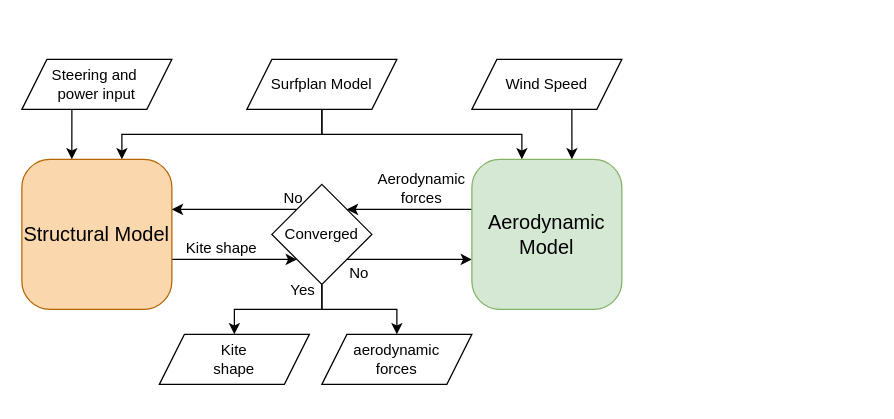
PatrickRoel/Thesis keeps this draw.io diagram as Figures/drawio/FSI_flowchart.drawio. Above is the earlier version. Source tidied: cells renumbered, new cells numbered last; positions are measured from the earlier drawing's top-left corner, leaving out a move shared by most shapes. Both pictures are drawn from the tidied source at 125%, with x=0, y=0 at pixel (21, 59).
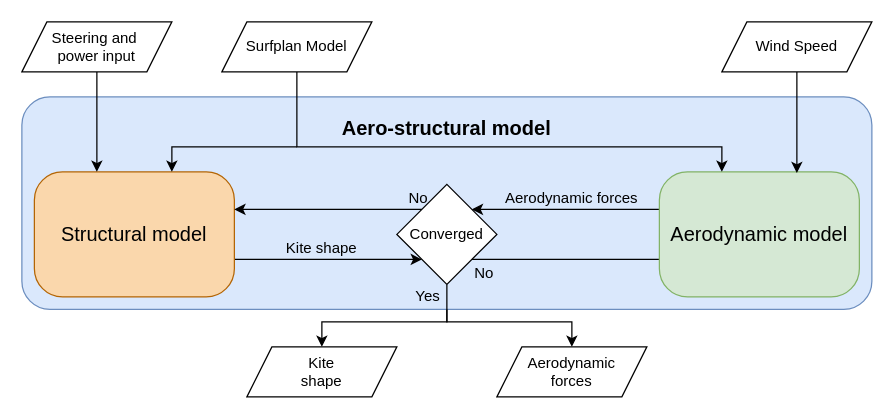
After the change.

The edit, as a diff of the source:
```diff
@@
+    <mxCell id="25" style="rounded=1;whiteSpace=wrap;html=1;fillColor=#dae8fc;strokeColor=#6c8ebf;glass=0;shadow=0;arcSize=45;absoluteArcSize=1;fontStyle=0;fontSize=16;" parent="1" vertex="1">
+      <mxGeometry y="30" width="680" height="170" as="geometry" />
+    </mxCell>
-    <mxCell id="2" style="edgeStyle=orthogonalEdgeStyle;rounded=0;jettySize=auto;html=1;entryX=0;entryY=1;entryDx=0;entryDy=0;" parent="1" edge="1" source="3" target="9">
+    <mxCell id="2" style="edgeStyle=orthogonalEdgeStyle;rounded=0;jettySize=auto;html=1;entryX=0;entryY=1;entryDx=0;entryDy=0;" parent="1" edge="1" target="9">
       <mxGeometry relative="1" as="geometry">
+        <mxPoint x="120" y="160" as="sourcePoint" />
         <Array as="points">
-          <mxPoint x="140" y="160" />
-          <mxPoint x="140" y="160" />
+          <mxPoint x="240" y="160" />
+          <mxPoint x="240" y="160" />
         </Array>
       </mxGeometry>
     </mxCell>
-    <mxCell id="3" value="&lt;font&gt;&lt;span&gt;Structural Model&lt;/span&gt;&lt;/font&gt;" style="rounded=1;whiteSpace=wrap;html=1;fillColor=#FAD7AC;strokeColor=#b46504;glass=0;shadow=0;arcSize=45;absoluteArcSize=1;fontStyle=0;fontSize=16;" parent="1" vertex="1">
-      <mxGeometry y="80" width="120" height="120" as="geometry" />
+    <mxCell id="3" value="&lt;font&gt;&lt;span&gt;Structural model&lt;/span&gt;&lt;/font&gt;" style="rounded=1;whiteSpace=wrap;html=1;fillColor=#FAD7AC;strokeColor=#b46504;glass=0;shadow=0;arcSize=45;absoluteArcSize=1;fontStyle=0;fontSize=16;" parent="1" vertex="1">
+      <mxGeometry x="10" y="90" width="160" height="100" as="geometry" />
     </mxCell>
+    <mxCell id="26" style="edgeStyle=orthogonalEdgeStyle;rounded=0;jettySize=auto;html=1;" parent="1" edge="1" source="4">
+      <mxGeometry relative="1" as="geometry">
+        <mxPoint x="60" y="90" as="targetPoint" />
+      </mxGeometry>
+    </mxCell>
     <mxCell id="4" value="&lt;div&gt;Steering and&amp;nbsp;&lt;/div&gt;&lt;div&gt;power input&lt;/div&gt;" style="shape=parallelogram;perimeter=parallelogramPerimeter;whiteSpace=wrap;html=1;fixedSize=1;" parent="1" vertex="1">
-      <mxGeometry width="120" height="40" as="geometry" />
+      <mxGeometry y="-30" width="120" height="40" as="geometry" />
     </mxCell>
-    <mxCell id="5" style="edgeStyle=orthogonalEdgeStyle;rounded=0;jettySize=auto;html=1;entryX=0.667;entryY=0;entryDx=0;entryDy=0;entryPerimeter=0;" parent="1" edge="1" source="6" target="3">
+    <mxCell id="5" style="edgeStyle=orthogonalEdgeStyle;rounded=0;orthogonalLoop=1;jettySize=auto;html=1;" parent="1" edge="1">
       <mxGeometry relative="1" as="geometry">
+        <mxPoint x="220" y="70" as="sourcePoint" />
+        <mxPoint x="120" y="90" as="targetPoint" />
         <Array as="points">
-          <mxPoint x="240" y="60" />
-          <mxPoint x="80" y="60" />
+          <mxPoint x="120" y="70" />
         </Array>
       </mxGeometry>
     </mxCell>
     <mxCell id="6" value="Surfplan Model" style="shape=parallelogram;perimeter=parallelogramPerimeter;whiteSpace=wrap;html=1;fixedSize=1;" parent="1" vertex="1">
-      <mxGeometry x="180" width="120" height="40" as="geometry" />
+      <mxGeometry x="160" y="-30" width="120" height="40" as="geometry" />
     </mxCell>
-    <mxCell id="7" style="edgeStyle=orthogonalEdgeStyle;rounded=0;jettySize=auto;html=1;entryX=0.5;entryY=0;entryDx=0;entryDy=0;" parent="1" edge="1" source="9" target="21">
+    <mxCell id="7" style="edgeStyle=orthogonalEdgeStyle;rounded=0;jettySize=auto;html=1;entryX=0.5;entryY=0;entryDx=0;entryDy=0;exitX=1;exitY=0.75;exitDx=0;exitDy=0;" parent="1" edge="1" source="20" target="21">
       <mxGeometry relative="1" as="geometry">
         <Array as="points">
-          <mxPoint x="240" y="200" />
-          <mxPoint x="170" y="200" />
+          <mxPoint x="340" y="210" />
+          <mxPoint x="240" y="210" />
         </Array>
       </mxGeometry>
     </mxCell>
     <mxCell id="8" style="edgeStyle=orthogonalEdgeStyle;rounded=0;jettySize=auto;html=1;entryX=0.5;entryY=0;entryDx=0;entryDy=0;" parent="1" edge="1" source="9" target="22">
       <mxGeometry relative="1" as="geometry">
         <Array as="points">
-          <mxPoint x="240" y="200" />
-          <mxPoint x="300" y="200" />
+          <mxPoint x="340" y="210" />
+          <mxPoint x="440" y="210" />
         </Array>
       </mxGeometry>
     </mxCell>
+    <mxCell id="27" style="edgeStyle=orthogonalEdgeStyle;rounded=0;jettySize=auto;html=1;" parent="1" edge="1" source="9">
+      <mxGeometry relative="1" as="geometry">
+        <mxPoint x="560" y="160" as="targetPoint" />
+        <Array as="points">
+          <mxPoint x="420" y="160" />
+          <mxPoint x="420" y="160" />
+        </Array>
+      </mxGeometry>
+    </mxCell>
     <mxCell id="9" value="Converged" style="rhombus;whiteSpace=wrap;html=1;" parent="1" vertex="1">
-      <mxGeometry x="200" y="100" width="80" height="80" as="geometry" />
+      <mxGeometry x="300" y="100" width="80" height="80" as="geometry" />
     </mxCell>
-    <mxCell id="10" style="edgeStyle=orthogonalEdgeStyle;rounded=0;jettySize=auto;html=1;entryX=1;entryY=0;entryDx=0;entryDy=0;" parent="1" edge="1" source="12" target="9">
+    <mxCell id="10" style="edgeStyle=orthogonalEdgeStyle;rounded=0;jettySize=auto;html=1;entryX=1;entryY=0;entryDx=0;entryDy=0;" parent="1" edge="1" target="9">
       <mxGeometry relative="1" as="geometry">
+        <mxPoint x="560" y="120" as="sourcePoint" />
         <Array as="points">
-          <mxPoint x="340" y="120" />
-          <mxPoint x="340" y="120" />
+          <mxPoint x="500" y="120" />
+          <mxPoint x="500" y="120" />
         </Array>
       </mxGeometry>
     </mxCell>
-    <mxCell id="11" style="edgeStyle=orthogonalEdgeStyle;rounded=0;jettySize=auto;html=1;entryX=1;entryY=1;entryDx=0;entryDy=0;endArrow=none;endFill=0;startArrow=classic;startFill=1;" parent="1" edge="1" source="12" target="9">
-      <mxGeometry relative="1" as="geometry">
-        <Array as="points">
-          <mxPoint x="340" y="160" />
-          <mxPoint x="340" y="160" />
-        </Array>
-      </mxGeometry>
-    </mxCell>
-    <mxCell id="12" value="&lt;font&gt;Aerodynamic Model&lt;/font&gt;" style="rounded=1;whiteSpace=wrap;html=1;fillColor=#d5e8d4;strokeColor=#82b366;glass=0;shadow=0;arcSize=45;absoluteArcSize=1;fontSize=16;" parent="1" vertex="1">
-      <mxGeometry x="360" y="80" width="120" height="120" as="geometry" />
+    <mxCell id="12" value="&lt;font&gt;Aerodynamic model&lt;/font&gt;" style="rounded=1;whiteSpace=wrap;html=1;fillColor=#d5e8d4;strokeColor=#82b366;glass=0;shadow=0;arcSize=45;absoluteArcSize=1;fontSize=16;fontStyle=0;" parent="1" vertex="1">
+      <mxGeometry x="510" y="90" width="160" height="100" as="geometry" />
     </mxCell>
     <mxCell id="13" style="edgeStyle=orthogonalEdgeStyle;rounded=0;jettySize=auto;html=1;" parent="1" edge="1" source="6">
       <mxGeometry relative="1" as="geometry">
-        <mxPoint x="400" y="80" as="targetPoint" />
+        <mxPoint x="560" y="90" as="targetPoint" />
         <Array as="points">
-          <mxPoint x="240" y="60" />
-          <mxPoint x="400" y="60" />
+          <mxPoint x="220" y="70" />
+          <mxPoint x="560" y="70" />
         </Array>
       </mxGeometry>
     </mxCell>
     <mxCell id="14" value="Wind Speed" style="shape=parallelogram;perimeter=parallelogramPerimeter;whiteSpace=wrap;html=1;fixedSize=1;" parent="1" vertex="1">
-      <mxGeometry x="360" width="120" height="40" as="geometry" />
+      <mxGeometry x="560" y="-30" width="120" height="40" as="geometry" />
     </mxCell>
     <mxCell id="15" style="edgeStyle=orthogonalEdgeStyle;rounded=0;jettySize=auto;html=1;exitX=0;exitY=0;exitDx=0;exitDy=0;" parent="1" edge="1" source="9">
       <mxGeometry relative="1" as="geometry">
-        <mxPoint x="120" y="120" as="targetPoint" />
-        <Array as="points">
-          <mxPoint x="120" y="120" />
-        </Array>
+        <mxPoint x="170" y="120" as="targetPoint" />
       </mxGeometry>
     </mxCell>
     <mxCell id="16" value="Aerodynamic forces" style="text;html=1;whiteSpace=wrap;strokeColor=none;fillColor=none;align=center;verticalAlign=bottom;rounded=0;" parent="1" vertex="1">
-      <mxGeometry x="280" y="90" width="80" height="30" as="geometry" />
+      <mxGeometry x="360" y="90" width="160" height="30" as="geometry" />
     </mxCell>
     <mxCell id="17" value="Kite shape" style="text;html=1;whiteSpace=wrap;strokeColor=none;fillColor=none;align=center;verticalAlign=bottom;rounded=0;" parent="1" vertex="1">
-      <mxGeometry x="120" y="130" width="80" height="30" as="geometry" />
+      <mxGeometry x="160" y="130" width="160" height="30" as="geometry" />
     </mxCell>
     <mxCell id="18" value="No" style="text;html=1;whiteSpace=wrap;strokeColor=none;fillColor=none;align=center;verticalAlign=bottom;rounded=0;" parent="1" vertex="1">
-      <mxGeometry x="205" y="100" width="25" height="20" as="geometry" />
+      <mxGeometry x="305" y="100" width="25" height="20" as="geometry" />
     </mxCell>
     <mxCell id="19" value="No" style="text;html=1;whiteSpace=wrap;strokeColor=none;fillColor=none;align=center;verticalAlign=bottom;rounded=0;" parent="1" vertex="1">
-      <mxGeometry x="260" y="160" width="20" height="20" as="geometry" />
+      <mxGeometry x="360" y="160" width="20" height="20" as="geometry" />
     </mxCell>
     <mxCell id="20" value="Yes" style="text;html=1;whiteSpace=wrap;strokeColor=none;fillColor=none;align=center;verticalAlign=middle;rounded=0;" parent="1" vertex="1">
-      <mxGeometry x="210" y="160" width="30" height="50" as="geometry" />
+      <mxGeometry x="310" y="170" width="30" height="40" as="geometry" />
     </mxCell>
     <mxCell id="21" value="&lt;div&gt;Kite&lt;/div&gt;&lt;div&gt;shape&lt;/div&gt;" style="shape=parallelogram;perimeter=parallelogramPerimeter;whiteSpace=wrap;html=1;fixedSize=1;" parent="1" vertex="1">
-      <mxGeometry x="110" y="220" width="120" height="40" as="geometry" />
+      <mxGeometry x="180" y="230" width="120" height="40" as="geometry" />
     </mxCell>
-    <mxCell id="22" value="&lt;div&gt;aerodynamic&lt;/div&gt;&lt;div&gt;forces&lt;/div&gt;" style="shape=parallelogram;perimeter=parallelogramPerimeter;whiteSpace=wrap;html=1;fixedSize=1;" parent="1" vertex="1">
-      <mxGeometry x="240" y="220" width="120" height="40" as="geometry" />
+    <mxCell id="22" value="&lt;div&gt;Aerodynamic&lt;/div&gt;&lt;div&gt;forces&lt;/div&gt;" style="shape=parallelogram;perimeter=parallelogramPerimeter;whiteSpace=wrap;html=1;fixedSize=1;" parent="1" vertex="1">
+      <mxGeometry x="380" y="230" width="120" height="40" as="geometry" />
     </mxCell>
-    <mxCell id="23" style="edgeStyle=orthogonalEdgeStyle;rounded=0;jettySize=auto;html=1;entryX=0.333;entryY=0;entryDx=0;entryDy=0;entryPerimeter=0;" parent="1" edge="1" source="4" target="3">
-      <mxGeometry relative="1" as="geometry">
-        <Array as="points">
-          <mxPoint x="40" y="50" />
-          <mxPoint x="40" y="50" />
-        </Array>
-      </mxGeometry>
-    </mxCell>
-    <mxCell id="24" style="edgeStyle=orthogonalEdgeStyle;rounded=0;jettySize=auto;html=1;entryX=0.667;entryY=0;entryDx=0;entryDy=0;entryPerimeter=0;" parent="1" edge="1" source="14" target="12">
-      <mxGeometry relative="1" as="geometry">
-        <Array as="points">
-          <mxPoint x="440" y="50" />
-          <mxPoint x="440" y="50" />
-        </Array>
-      </mxGeometry>
-    </mxCell>
+    <mxCell id="28" style="edgeStyle=orthogonalEdgeStyle;rounded=0;jettySize=auto;html=1;" parent="1" edge="1" source="14">
+      <mxGeometry relative="1" as="geometry">
+        <mxPoint x="620" y="91" as="targetPoint" />
+        <Array as="points">
+          <mxPoint x="620" y="91" />
+        </Array>
+      </mxGeometry>
+    </mxCell>
+    <mxCell id="29" value="Aero-structural model" style="text;html=1;whiteSpace=wrap;strokeColor=none;fillColor=none;align=center;verticalAlign=middle;rounded=0;fontStyle=1;fontSize=16;" parent="1" vertex="1">
+      <mxGeometry x="80" y="40" width="520" height="30" as="geometry" />
+    </mxCell>
```
